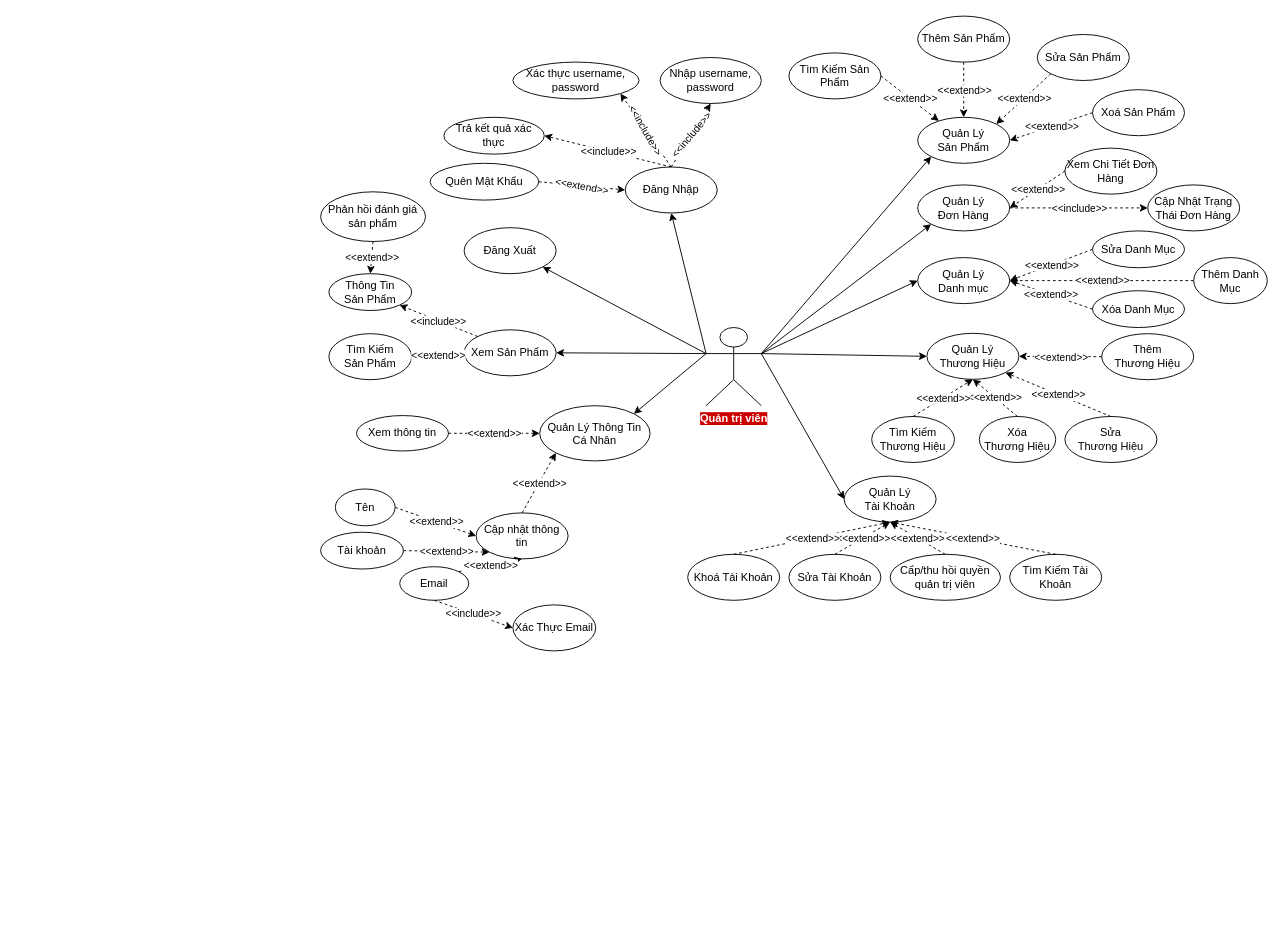
Earlier version of the draw.io diagram page "Admin" (3 of 5) of Documentation/Usecase-Admin-User.drawio (VoQuangTuong185/DoAnTotNghiep). Source tidied: cells renumbered, new cells numbered last; positions are measured from the earlier drawing's top-left corner, leaving out a move shared by most shapes. Both pictures are drawn from the tidied source at 92%, with x=0, y=0 at pixel (320, 16).
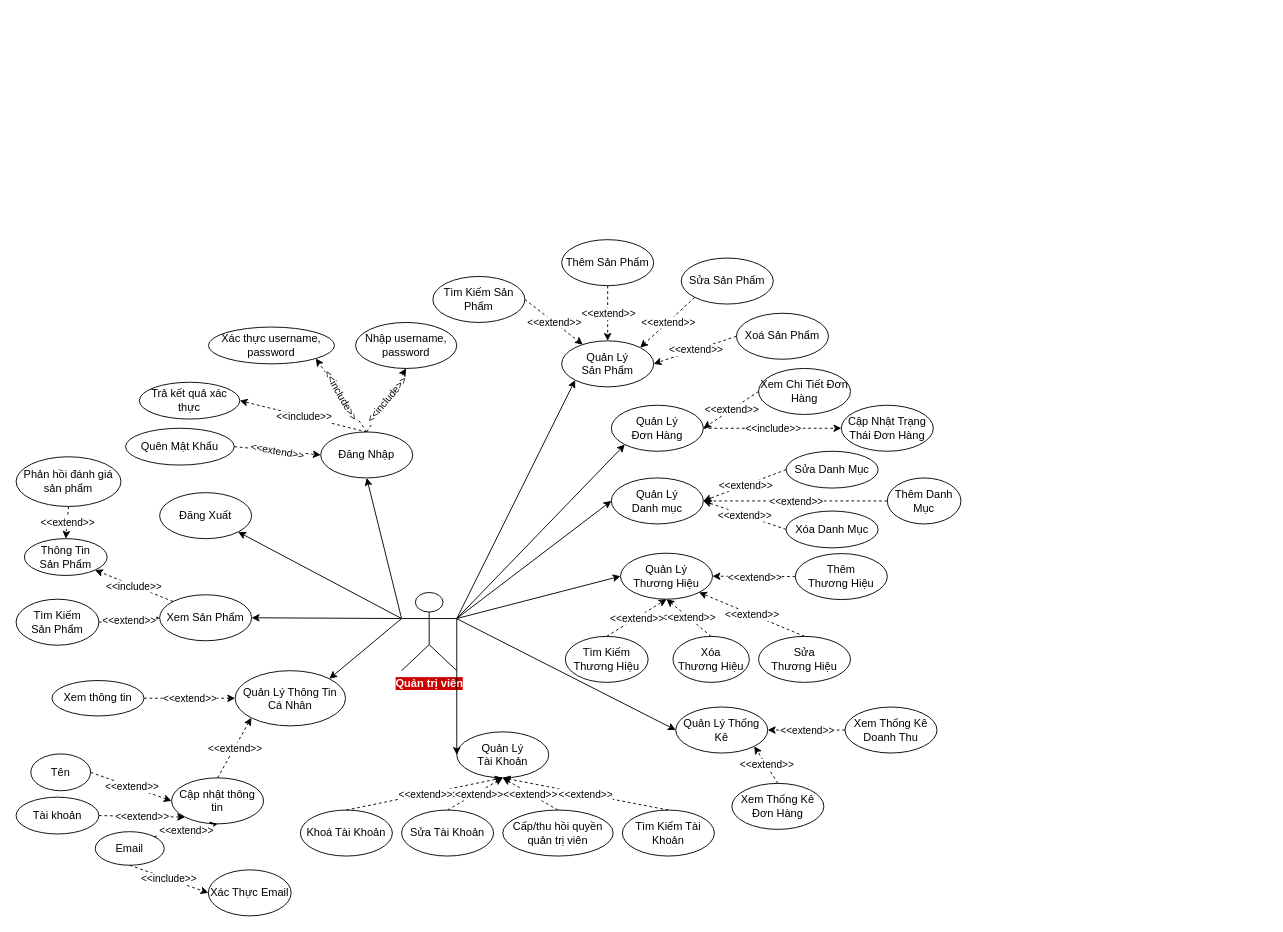
The same page after the edit.

Change to the diagram source:
```diff
@@
     <mxCell id="2" value="Quản trị viên" style="shape=umlActor;verticalLabelPosition=bottom;verticalAlign=top;html=1;outlineConnect=0;labelBackgroundColor=#CC0000;fontColor=#FFFFFF;fontStyle=1;" parent="1" vertex="1">
-      <mxGeometry x="419" y="338.5" width="60" height="85" as="geometry" />
+      <mxGeometry x="88" y="626.5" width="60" height="85" as="geometry" />
     </mxCell>
     <mxCell id="3" value="Đăng Xuất" style="ellipse;whiteSpace=wrap;html=1;" parent="1" vertex="1">
-      <mxGeometry x="156" y="230" width="100" height="50" as="geometry" />
+      <mxGeometry x="-175" y="518" width="100" height="50" as="geometry" />
     </mxCell>
     <mxCell id="4" value="Xem Sản Phẩm" style="ellipse;whiteSpace=wrap;html=1;" parent="1" vertex="1">
-      <mxGeometry x="156" y="341" width="100" height="50" as="geometry" />
+      <mxGeometry x="-175" y="629" width="100" height="50" as="geometry" />
     </mxCell>
     <mxCell id="5" value="Thông Tin &lt;br&gt;Sản Phẩm" style="ellipse;whiteSpace=wrap;html=1;" parent="1" vertex="1">
-      <mxGeometry x="9" y="280" width="90" height="40" as="geometry" />
+      <mxGeometry x="-322" y="568" width="90" height="40" as="geometry" />
     </mxCell>
     <mxCell id="6" value="Tìm Kiếm&lt;br&gt;Sản Phẩm" style="ellipse;whiteSpace=wrap;html=1;" parent="1" vertex="1">
-      <mxGeometry x="9" y="345.2" width="90" height="50" as="geometry" />
+      <mxGeometry x="-331" y="633.8" width="90" height="50" as="geometry" />
     </mxCell>
     <mxCell id="7" value="Đăng Nhập" style="ellipse;whiteSpace=wrap;html=1;" parent="1" vertex="1">
-      <mxGeometry x="331.1" y="164" width="100" height="50" as="geometry" />
+      <mxGeometry x="0.1" y="452" width="100" height="50" as="geometry" />
     </mxCell>
     <mxCell id="8" value="Quên Mật Khẩu" style="ellipse;whiteSpace=wrap;html=1;" parent="1" vertex="1">
-      <mxGeometry x="119" y="160" width="118.1" height="40" as="geometry" />
+      <mxGeometry x="-212" y="448" width="118.1" height="40" as="geometry" />
     </mxCell>
@@
     <mxCell id="11" value="Quản Lý &lt;br&gt;Sản Phẩm" style="ellipse;whiteSpace=wrap;html=1;" parent="1" vertex="1">
-      <mxGeometry x="649" y="110" width="100" height="50" as="geometry" />
+      <mxGeometry x="262" y="353" width="100" height="50" as="geometry" />
     </mxCell>
     <mxCell id="12" value="Quản Lý&lt;br&gt;Đơn Hàng" style="ellipse;whiteSpace=wrap;html=1;" parent="1" vertex="1">
-      <mxGeometry x="649" y="183.5" width="100" height="50" as="geometry" />
+      <mxGeometry x="316" y="423" width="100" height="50" as="geometry" />
     </mxCell>
     <mxCell id="13" value="Quản Lý &lt;br&gt;Danh mục" style="ellipse;whiteSpace=wrap;html=1;" parent="1" vertex="1">
-      <mxGeometry x="649" y="262.5" width="100" height="50" as="geometry" />
+      <mxGeometry x="316" y="502" width="100" height="50" as="geometry" />
     </mxCell>
     <mxCell id="14" value="Quản Lý&lt;br&gt;Tài Khoản" style="ellipse;whiteSpace=wrap;html=1;" parent="1" vertex="1">
-      <mxGeometry x="569" y="500" width="100" height="50" as="geometry" />
+      <mxGeometry x="148" y="778" width="100" height="50" as="geometry" />
     </mxCell>
@@
     <mxCell id="22" value="Nhập username, password" style="ellipse;whiteSpace=wrap;html=1;" parent="1" vertex="1">
-      <mxGeometry x="369" y="45" width="110" height="50" as="geometry" />
+      <mxGeometry x="38" y="333" width="110" height="50" as="geometry" />
     </mxCell>
     <mxCell id="23" value="Xác thực username, password" style="ellipse;whiteSpace=wrap;html=1;" parent="1" vertex="1">
-      <mxGeometry x="209" y="50" width="137.1" height="40" as="geometry" />
+      <mxGeometry x="-122" y="338" width="137.1" height="40" as="geometry" />
     </mxCell>
     <mxCell id="24" value="Trả kết quả xác thực" style="ellipse;whiteSpace=wrap;html=1;" parent="1" vertex="1">
-      <mxGeometry x="134" y="110" width="109.1" height="40" as="geometry" />
+      <mxGeometry x="-197" y="398" width="109.1" height="40" as="geometry" />
     </mxCell>
     <mxCell id="25" value="Tìm Kiếm Sản Phẩm" style="ellipse;whiteSpace=wrap;html=1;" parent="1" vertex="1">
-      <mxGeometry x="509" y="40" width="100" height="50" as="geometry" />
+      <mxGeometry x="122" y="283" width="100" height="50" as="geometry" />
     </mxCell>
     <mxCell id="26" value="Thêm Sản Phẩm" style="ellipse;whiteSpace=wrap;html=1;" parent="1" vertex="1">
-      <mxGeometry x="649" width="100" height="50" as="geometry" />
+      <mxGeometry x="262" y="243" width="100" height="50" as="geometry" />
     </mxCell>
     <mxCell id="27" value="Sửa&amp;nbsp;Sản Phẩm" style="ellipse;whiteSpace=wrap;html=1;" parent="1" vertex="1">
-      <mxGeometry x="779" y="20" width="100" height="50" as="geometry" />
+      <mxGeometry x="392" y="263" width="100" height="50" as="geometry" />
     </mxCell>
@@
     <mxCell id="34" value="Xem Chi Tiết Đơn Hàng" style="ellipse;whiteSpace=wrap;html=1;" parent="1" vertex="1">
-      <mxGeometry x="809" y="143.5" width="100" height="50" as="geometry" />
+      <mxGeometry x="476" y="383" width="100" height="50" as="geometry" />
     </mxCell>
     <mxCell id="35" value="Cập Nhật Trạng Thái Đơn Hàng" style="ellipse;whiteSpace=wrap;html=1;" parent="1" vertex="1">
-      <mxGeometry x="899" y="183.5" width="100" height="50" as="geometry" />
+      <mxGeometry x="566" y="423" width="100" height="50" as="geometry" />
     </mxCell>
@@
     <mxCell id="38" value="Thêm Danh Mục" style="ellipse;whiteSpace=wrap;html=1;" parent="1" vertex="1">
-      <mxGeometry x="949" y="262.5" width="80" height="50" as="geometry" />
+      <mxGeometry x="616" y="502" width="80" height="50" as="geometry" />
     </mxCell>
     <mxCell id="39" value="Sửa Danh Mục" style="ellipse;whiteSpace=wrap;html=1;" parent="1" vertex="1">
-      <mxGeometry x="839" y="233.5" width="100" height="40" as="geometry" />
+      <mxGeometry x="506" y="473" width="100" height="40" as="geometry" />
     </mxCell>
     <mxCell id="40" value="Xóa Danh Mục" style="ellipse;whiteSpace=wrap;html=1;" parent="1" vertex="1">
-      <mxGeometry x="839" y="298.5" width="100" height="40" as="geometry" />
+      <mxGeometry x="506" y="538" width="100" height="40" as="geometry" />
     </mxCell>
@@
     <mxCell id="47" value="Quản Lý &lt;br&gt;Thương Hiệu" style="ellipse;whiteSpace=wrap;html=1;" parent="1" vertex="1">
-      <mxGeometry x="659" y="344.8" width="100" height="50" as="geometry" />
+      <mxGeometry x="326" y="583.8" width="100" height="50" as="geometry" />
     </mxCell>
     <mxCell id="48" value="Thêm &lt;br&gt;Thương Hiệu" style="ellipse;whiteSpace=wrap;html=1;" parent="1" vertex="1">
-      <mxGeometry x="849" y="345.2" width="100" height="50" as="geometry" />
+      <mxGeometry x="516" y="584.2" width="100" height="50" as="geometry" />
     </mxCell>
     <mxCell id="49" value="Sửa &lt;br&gt;Thương Hiệu" style="ellipse;whiteSpace=wrap;html=1;" parent="1" vertex="1">
-      <mxGeometry x="809" y="435.2" width="100" height="50" as="geometry" />
+      <mxGeometry x="476" y="674.2" width="100" height="50" as="geometry" />
     </mxCell>
     <mxCell id="50" value="Xóa &lt;br&gt;Thương Hiệu" style="ellipse;whiteSpace=wrap;html=1;" parent="1" vertex="1">
-      <mxGeometry x="716" y="435.2" width="83" height="50" as="geometry" />
+      <mxGeometry x="383" y="674.2" width="83" height="50" as="geometry" />
     </mxCell>
@@
     <mxCell id="58" value="Tìm Kiếm Tài Khoản" style="ellipse;whiteSpace=wrap;html=1;" parent="1" vertex="1">
-      <mxGeometry x="749" y="585" width="100" height="50" as="geometry" />
+      <mxGeometry x="328" y="863" width="100" height="50" as="geometry" />
     </mxCell>
     <mxCell id="59" value="Sửa Tài Khoản" style="ellipse;whiteSpace=wrap;html=1;" parent="1" vertex="1">
-      <mxGeometry x="509" y="585" width="100" height="50" as="geometry" />
+      <mxGeometry x="88" y="863" width="100" height="50" as="geometry" />
     </mxCell>
     <mxCell id="60" value="Khoá Tài Khoản" style="ellipse;whiteSpace=wrap;html=1;" parent="1" vertex="1">
-      <mxGeometry x="399" y="585" width="100" height="50" as="geometry" />
+      <mxGeometry x="-22" y="863" width="100" height="50" as="geometry" />
     </mxCell>
@@
     <mxCell id="67" value="Tìm Kiếm &lt;br&gt;Thương Hiệu" style="ellipse;whiteSpace=wrap;html=1;" parent="1" vertex="1">
-      <mxGeometry x="599" y="435.2" width="90" height="50" as="geometry" />
+      <mxGeometry x="266" y="674.2" width="90" height="50" as="geometry" />
     </mxCell>
@@
     <mxCell id="70" value="Xoá Sản Phẩm" style="ellipse;whiteSpace=wrap;html=1;" parent="1" vertex="1">
-      <mxGeometry x="839" y="80" width="100" height="50" as="geometry" />
+      <mxGeometry x="452" y="323" width="100" height="50" as="geometry" />
     </mxCell>
@@
     <mxCell id="75" value="Quản Lý Thông Tin Cá Nhân" style="ellipse;whiteSpace=wrap;html=1;" parent="1" vertex="1">
-      <mxGeometry x="238.1" y="423.5" width="120" height="60" as="geometry" />
+      <mxGeometry x="-92.9" y="711.5" width="120" height="60" as="geometry" />
     </mxCell>
@@
     <mxCell id="77" value="Cập nhật thông tin" style="ellipse;whiteSpace=wrap;html=1;" parent="1" vertex="1">
-      <mxGeometry x="169" y="540" width="100" height="50" as="geometry" />
+      <mxGeometry x="-162" y="828" width="100" height="50" as="geometry" />
     </mxCell>
     <mxCell id="78" value="Xem thông tin" style="ellipse;whiteSpace=wrap;html=1;" parent="1" vertex="1">
-      <mxGeometry x="39" y="434.2" width="100" height="38.5" as="geometry" />
+      <mxGeometry x="-292" y="722.2" width="100" height="38.5" as="geometry" />
     </mxCell>
     <mxCell id="79" value="Email" style="ellipse;whiteSpace=wrap;html=1;" parent="1" vertex="1">
-      <mxGeometry x="86" y="598.5" width="75" height="36.5" as="geometry" />
+      <mxGeometry x="-245" y="886.5" width="75" height="36.5" as="geometry" />
     </mxCell>
     <mxCell id="80" value="Tên" style="ellipse;whiteSpace=wrap;html=1;" parent="1" vertex="1">
-      <mxGeometry x="16" y="514" width="65" height="40" as="geometry" />
+      <mxGeometry x="-315" y="802" width="65" height="40" as="geometry" />
     </mxCell>
     <mxCell id="81" value="Xác Thực Email" style="ellipse;whiteSpace=wrap;html=1;" parent="1" vertex="1">
-      <mxGeometry x="209" y="640" width="90" height="50" as="geometry" />
+      <mxGeometry x="-122" y="928" width="90" height="50" as="geometry" />
     </mxCell>
@@
     <mxCell id="102" value="Phản hồi đánh giá sản phẩm" style="ellipse;whiteSpace=wrap;html=1;" parent="1" vertex="1">
-      <mxGeometry y="191" width="114" height="54" as="geometry" />
+      <mxGeometry x="-331" y="479" width="114" height="54" as="geometry" />
     </mxCell>
@@
     <mxCell id="105" value="Cấp/thu hồi quyền quản trị viên" style="ellipse;whiteSpace=wrap;html=1;" parent="1" vertex="1">
-      <mxGeometry x="619" y="585" width="120" height="50" as="geometry" />
+      <mxGeometry x="198" y="863" width="120" height="50" as="geometry" />
     </mxCell>
@@
     <mxCell id="108" value="Tài khoản" style="ellipse;whiteSpace=wrap;html=1;" parent="1" vertex="1">
-      <mxGeometry y="561" width="90" height="40" as="geometry" />
+      <mxGeometry x="-331" y="849" width="90" height="40" as="geometry" />
     </mxCell>
@@
+    <mxCell id="111" value="Quản Lý Thống Kê" style="ellipse;whiteSpace=wrap;html=1;" parent="1" vertex="1">
+      <mxGeometry x="386" y="751" width="100" height="50" as="geometry" />
+    </mxCell>
+    <mxCell id="112" value="Xem Thống Kê Doanh Thu" style="ellipse;whiteSpace=wrap;html=1;" parent="1" vertex="1">
+      <mxGeometry x="570" y="751" width="100" height="50" as="geometry" />
+    </mxCell>
+    <mxCell id="113" value="Xem Thống Kê Đơn Hàng" style="ellipse;whiteSpace=wrap;html=1;" parent="1" vertex="1">
+      <mxGeometry x="447" y="834" width="100" height="50" as="geometry" />
+    </mxCell>
+    <mxCell id="114" style="endArrow=classic;html=1;rounded=0;dashed=1;entryX=1;entryY=0.5;entryDx=0;entryDy=0;exitX=0;exitY=0.5;exitDx=0;exitDy=0;" parent="1" edge="1" source="112" target="111">
+      <mxGeometry relative="1" as="geometry" />
+    </mxCell>
+    <mxCell id="115" value="&amp;lt;&amp;lt;extend&amp;gt;&amp;gt;" style="edgeLabel;html=1;align=center;verticalAlign=middle;" parent="114" vertex="1">
+      <mxGeometry relative="1" as="geometry" />
+    </mxCell>
+    <mxCell id="116" style="endArrow=classic;html=1;rounded=0;dashed=1;entryX=1;entryY=1;entryDx=0;entryDy=0;exitX=0.5;exitY=0;exitDx=0;exitDy=0;" parent="1" edge="1" source="113" target="111">
+      <mxGeometry relative="1" as="geometry" />
+    </mxCell>
+    <mxCell id="117" value="&amp;lt;&amp;lt;extend&amp;gt;&amp;gt;" style="edgeLabel;html=1;align=center;verticalAlign=middle;" parent="116" vertex="1">
+      <mxGeometry relative="1" as="geometry" />
+    </mxCell>
+    <mxCell id="118" style="endArrow=classic;html=1;rounded=0;entryX=0;entryY=0.5;entryDx=0;entryDy=0;" parent="1" edge="1" target="111">
+      <mxGeometry relative="1" as="geometry">
+        <mxPoint x="148" y="655" as="sourcePoint" />
+      </mxGeometry>
+    </mxCell>
```
